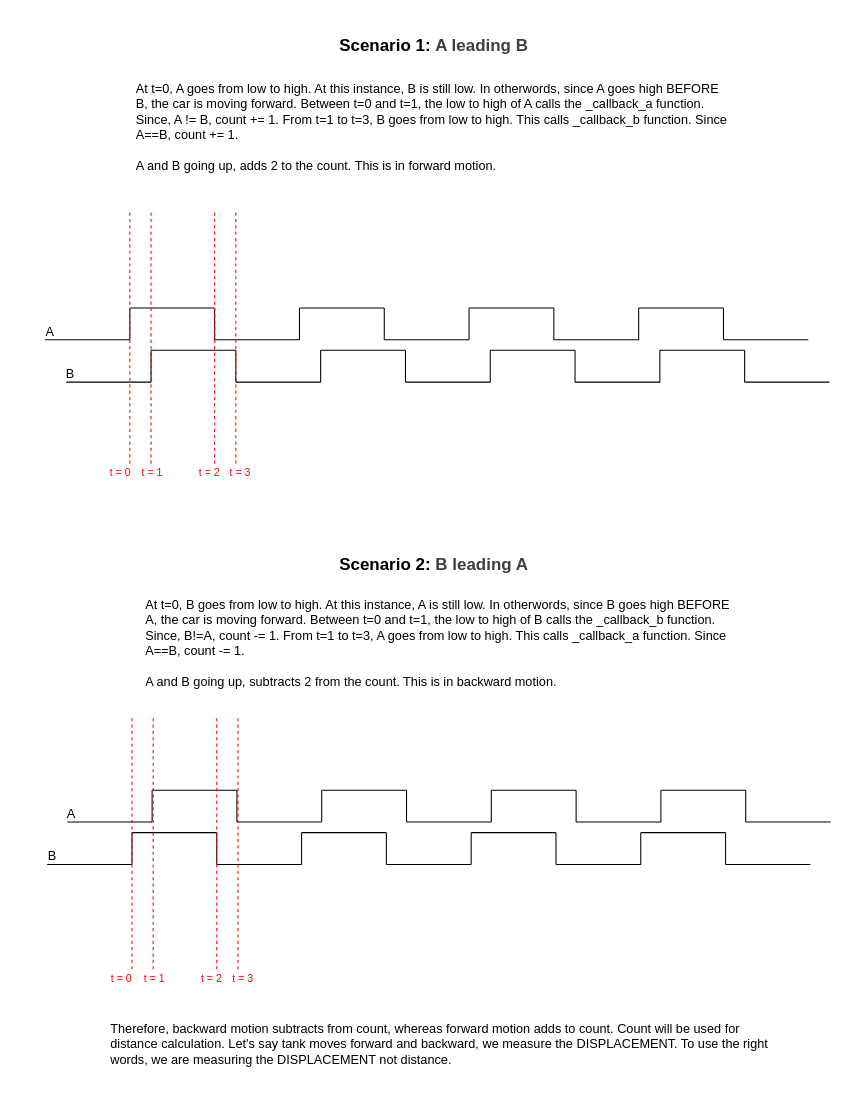
Before: docs/hardware/build_reference/devices/JGB37-520-12V-60RPM/visualize.drawio in jjietay/robotic_tank_project, a draw.io diagram. Source tidied: cells renumbered, new cells numbered last; positions are measured from the earlier drawing's top-left corner, leaving out a move shared by most shapes. Both pictures are drawn from the tidied source at 106%, with x=0, y=0 at pixel (18, 18).
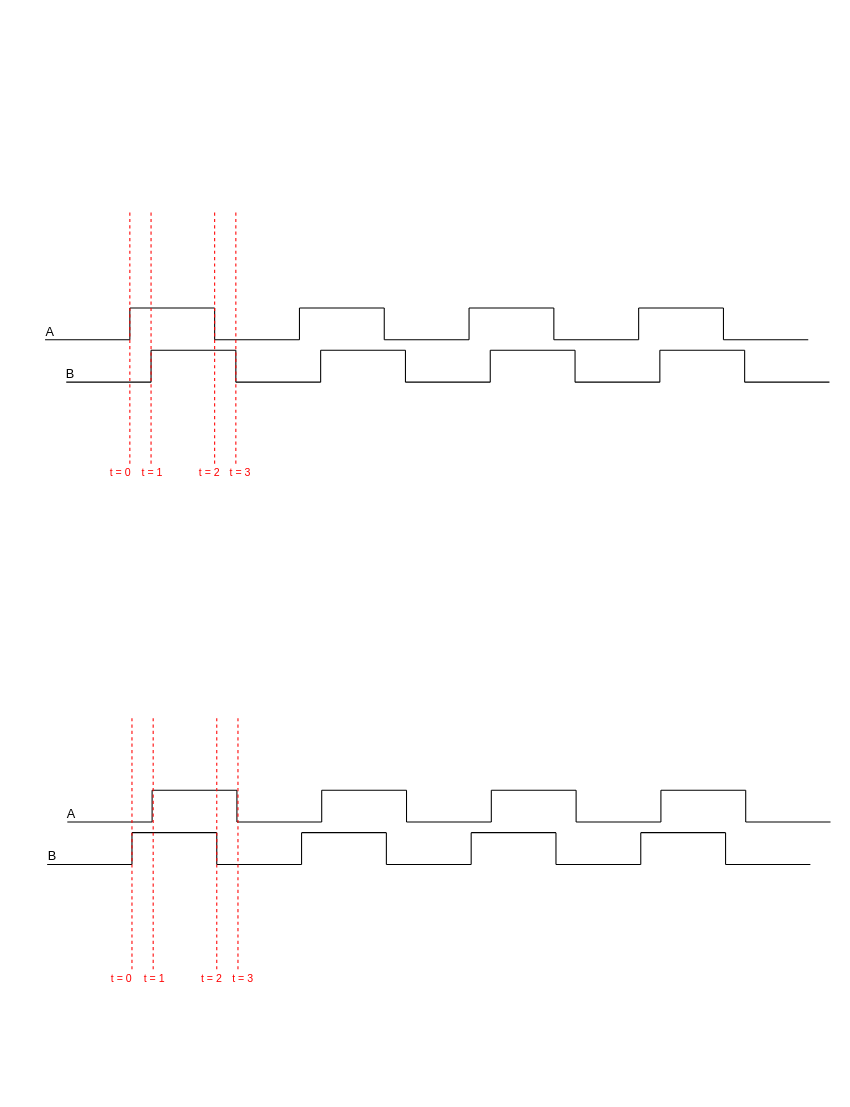
The same page after the edit.

Diff of the diagram source:
```diff
@@
-    <mxCell id="90" value="Scenario 1:&amp;nbsp;&lt;span style=&quot;color: rgb(63, 63, 63); background-color: transparent;&quot;&gt;A leading B&lt;/span&gt;" style="text;strokeColor=none;align=center;fillColor=none;html=1;verticalAlign=middle;whiteSpace=wrap;rounded=0;fontStyle=1;fontSize=16;" parent="1" vertex="1">
-      <mxGeometry x="297" width="190" height="50" as="geometry" />
-    </mxCell>
-    <mxCell id="91" value="Scenario 2:&amp;nbsp;&lt;span style=&quot;color: rgb(63, 63, 63); background-color: transparent;&quot;&gt;B leading A&lt;/span&gt;" style="text;strokeColor=none;align=center;fillColor=none;html=1;verticalAlign=middle;whiteSpace=wrap;rounded=0;fontStyle=1;fontSize=16;" parent="1" vertex="1">
-      <mxGeometry x="297" y="490" width="190" height="50" as="geometry" />
-    </mxCell>
-    <mxCell id="92" value="&lt;font style=&quot;color: rgb(0, 0, 0);&quot;&gt;At t=0, A goes from low to high. At this instance, B is still low. In otherwords, since A goes high BEFORE B, the car is moving forward. Between t=0 and t=1, the low to high of A calls the _callback_a function. Since, A != B, count += 1. From t=1 to t=3, B goes from low to high. This calls _callback_b function. Since A==B, count += 1.&lt;/font&gt;&lt;div&gt;&lt;font style=&quot;color: rgb(0, 0, 0);&quot;&gt;&lt;br&gt;&lt;/font&gt;&lt;/div&gt;&lt;div&gt;&lt;font style=&quot;color: rgb(0, 0, 0);&quot;&gt;A and B going up, adds 2 to the count. This is in forward motion.&lt;/font&gt;&lt;/div&gt;" style="text;strokeColor=none;align=left;fillColor=none;html=1;verticalAlign=top;whiteSpace=wrap;rounded=0;" parent="1" vertex="1">
-      <mxGeometry x="109" y="53" width="566" height="100" as="geometry" />
-    </mxCell>
-    <mxCell id="93" value="&lt;font style=&quot;color: rgb(0, 0, 0);&quot;&gt;At t=0, B goes from low to high. At this instance, A is still low. In otherwords, since B goes high BEFORE A, the car is moving forward. Between t=0 and t=1, the low to high of B calls the _callback_b function. Since, B!=A, count -= 1. From t=1 to t=3, A goes from low to high. This calls _callback_a function. Since A==B, count -= 1.&lt;/font&gt;&lt;div&gt;&lt;font style=&quot;color: rgb(0, 0, 0);&quot;&gt;&lt;br&gt;&lt;/font&gt;&lt;/div&gt;&lt;div&gt;&lt;font style=&quot;color: rgb(0, 0, 0);&quot;&gt;A and B going up, subtracts 2 from the count. This is in backward motion.&lt;/font&gt;&lt;/div&gt;" style="text;strokeColor=none;align=left;fillColor=none;html=1;verticalAlign=top;whiteSpace=wrap;rounded=0;" parent="1" vertex="1">
-      <mxGeometry x="118" y="540" width="566" height="100" as="geometry" />
-    </mxCell>
-    <mxCell id="94" value="Therefore, backward motion subtracts from count, whereas forward motion adds to count. Count will be used for distance calculation. Let's say tank moves forward and backward, we measure the DISPLACEMENT. To use the right words, we are measuring the DISPLACEMENT not distance." style="text;strokeColor=none;align=left;fillColor=none;html=1;verticalAlign=top;whiteSpace=wrap;rounded=0;" parent="1" vertex="1">
-      <mxGeometry x="85" y="940" width="630" height="70" as="geometry" />
-    </mxCell>
```
